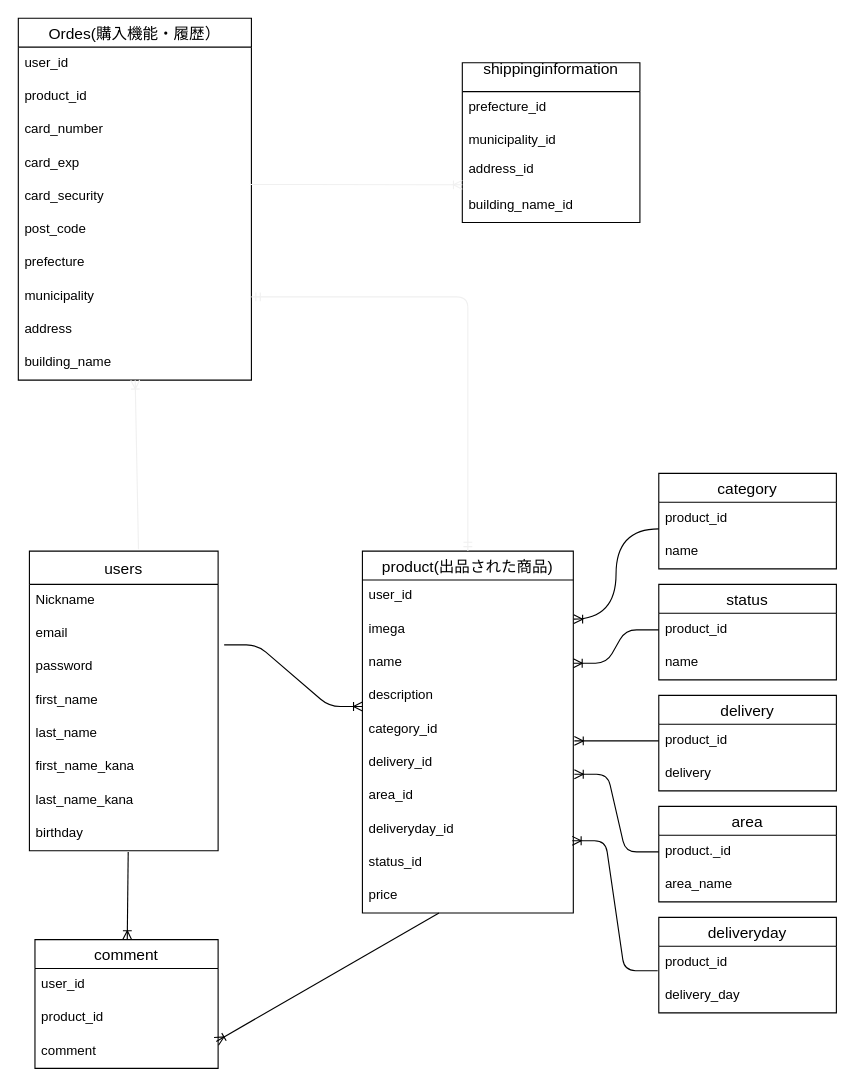
Earlier version of the draw.io diagram furima.dio (mun1029/furima-36083). Source tidied: cells renumbered, new cells numbered last; positions are measured from the earlier drawing's top-left corner, leaving out a move shared by most shapes. Both pictures are drawn from the tidied source at 111%, with x=0, y=0 at pixel (18, 18).
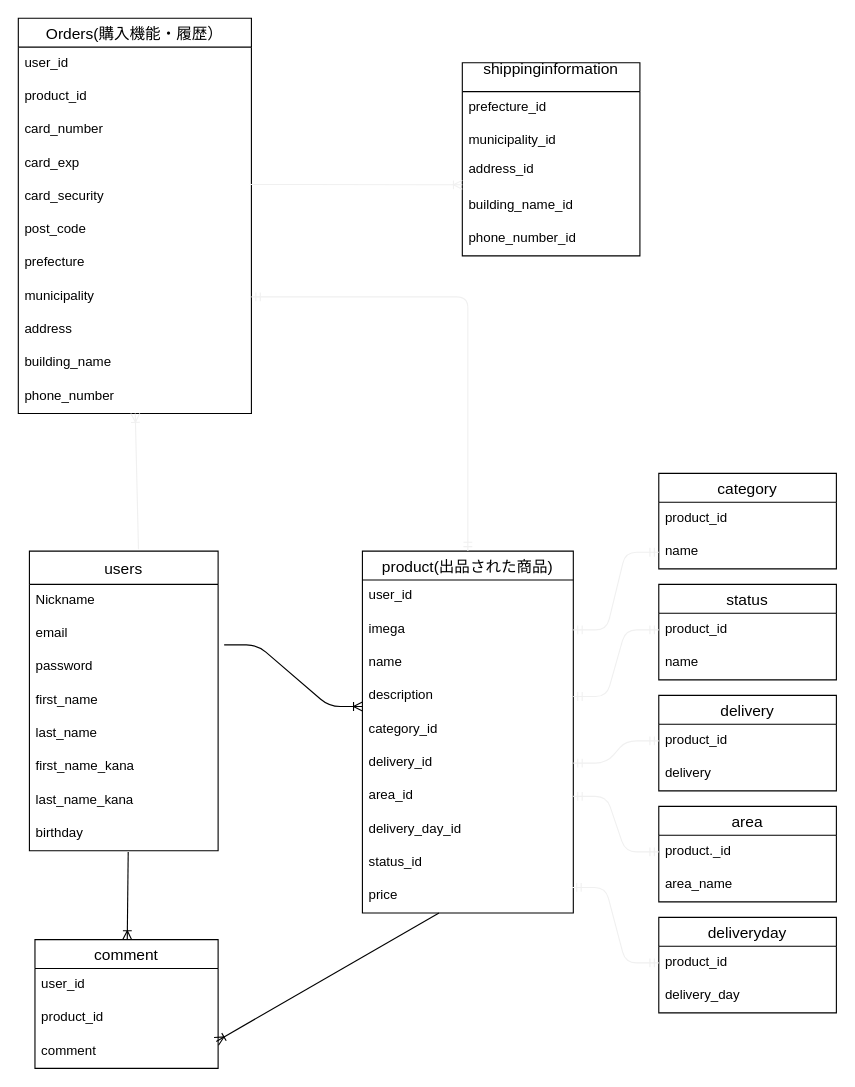
The same page after the edit.

Commit message (it also covers changes not shown here):
ER図・READMEの記述

Unchanged cells that the change refers to:
```xml
<mxCell id="13" value="product(出品された商品)" style="swimlane;fontStyle=0;horizontal=1;startSize=26;align=center;fontSize=14;" parent="1" vertex="1">
  <mxGeometry x="310" y="480" width="190" height="326" as="geometry" />
</mxCell>
<mxCell id="15" value="imega" style="text;strokeColor=none;fillColor=none;spacingLeft=4;spacingRight=4;overflow=hidden;points=[[0,0.5],[1,0.5]];portConstraint=eastwest;fontSize=12;" parent="13" vertex="1">
  <mxGeometry y="56" width="190" height="30" as="geometry" />
</mxCell>
<mxCell id="16" value="name" style="text;strokeColor=none;fillColor=none;spacingLeft=4;spacingRight=4;overflow=hidden;points=[[0,0.5],[1,0.5]];portConstraint=eastwest;fontSize=12;" parent="13" vertex="1">
  <mxGeometry y="86" width="190" height="30" as="geometry" />
</mxCell>
<mxCell id="17" value="description" style="text;strokeColor=none;fillColor=none;spacingLeft=4;spacingRight=4;overflow=hidden;points=[[0,0.5],[1,0.5]];portConstraint=eastwest;fontSize=12;" parent="13" vertex="1">
  <mxGeometry y="116" width="190" height="30" as="geometry" />
</mxCell>
<mxCell id="18" value="category_id" style="text;strokeColor=none;fillColor=none;spacingLeft=4;spacingRight=4;overflow=hidden;points=[[0,0.5],[1,0.5]];portConstraint=eastwest;fontSize=12;" parent="13" vertex="1">
  <mxGeometry y="146" width="190" height="30" as="geometry" />
</mxCell>
<mxCell id="19" value="delivery_id" style="text;strokeColor=none;fillColor=none;spacingLeft=4;spacingRight=4;overflow=hidden;points=[[0,0.5],[1,0.5]];portConstraint=eastwest;fontSize=12;" parent="13" vertex="1">
  <mxGeometry y="176" width="190" height="30" as="geometry" />
</mxCell>
<mxCell id="20" value="area_id" style="text;strokeColor=none;fillColor=none;spacingLeft=4;spacingRight=4;overflow=hidden;points=[[0,0.5],[1,0.5]];portConstraint=eastwest;fontSize=12;" parent="13" vertex="1">
  <mxGeometry y="206" width="190" height="30" as="geometry" />
</mxCell>
<mxCell id="22" value="status_id" style="text;strokeColor=none;fillColor=none;spacingLeft=4;spacingRight=4;overflow=hidden;points=[[0,0.5],[1,0.5]];portConstraint=eastwest;fontSize=12;" parent="13" vertex="1">
  <mxGeometry y="266" width="190" height="30" as="geometry" />
</mxCell>
<mxCell id="23" value="price" style="text;strokeColor=none;fillColor=none;spacingLeft=4;spacingRight=4;overflow=hidden;points=[[0,0.5],[1,0.5]];portConstraint=eastwest;fontSize=12;" parent="13" vertex="1">
  <mxGeometry y="296" width="190" height="30" as="geometry" />
</mxCell>
<mxCell id="40" value="product_id" style="text;strokeColor=none;fillColor=none;spacingLeft=4;spacingRight=4;overflow=hidden;points=[[0,0.5],[1,0.5]];portConstraint=eastwest;fontSize=12;" parent="39" vertex="1">
  <mxGeometry y="26" width="160" height="30" as="geometry" />
</mxCell>
<mxCell id="41" value="name" style="text;strokeColor=none;fillColor=none;spacingLeft=4;spacingRight=4;overflow=hidden;points=[[0,0.5],[1,0.5]];portConstraint=eastwest;fontSize=12;" parent="39" vertex="1">
  <mxGeometry y="56" width="160" height="30" as="geometry" />
</mxCell>
<mxCell id="45" value="product_id" style="text;strokeColor=none;fillColor=none;spacingLeft=4;spacingRight=4;overflow=hidden;points=[[0,0.5],[1,0.5]];portConstraint=eastwest;fontSize=12;" parent="44" vertex="1">
  <mxGeometry y="26" width="160" height="30" as="geometry" />
</mxCell>
<mxCell id="49" value="product_id" style="text;strokeColor=none;fillColor=none;spacingLeft=4;spacingRight=4;overflow=hidden;points=[[0,0.5],[1,0.5]];portConstraint=eastwest;fontSize=12;" parent="48" vertex="1">
  <mxGeometry y="26" width="160" height="30" as="geometry" />
</mxCell>
<mxCell id="53" value="product._id" style="text;strokeColor=none;fillColor=none;spacingLeft=4;spacingRight=4;overflow=hidden;points=[[0,0.5],[1,0.5]];portConstraint=eastwest;fontSize=12;" parent="52" vertex="1">
  <mxGeometry y="26" width="160" height="30" as="geometry" />
</mxCell>
<mxCell id="56" value="product_id" style="text;strokeColor=none;fillColor=none;spacingLeft=4;spacingRight=4;overflow=hidden;points=[[0,0.5],[1,0.5]];portConstraint=eastwest;fontSize=12;" parent="55" vertex="1">
  <mxGeometry y="26" width="160" height="30" as="geometry" />
</mxCell>
```

What changed in the source:
```diff
@@
-    <mxCell id="21" value="deliveryday_id" style="text;strokeColor=none;fillColor=none;spacingLeft=4;spacingRight=4;overflow=hidden;fontSize=12;" parent="13" vertex="1">
+    <mxCell id="21" value="delivery_day_id" style="text;strokeColor=none;fillColor=none;spacingLeft=4;spacingRight=4;overflow=hidden;fontSize=12;" parent="13" vertex="1">
       <mxGeometry y="236" width="190" height="30" as="geometry" />
     </mxCell>
@@
-    <mxCell id="28" value="Ordes(購入機能・履歴）" style="swimlane;fontStyle=0;horizontal=1;startSize=26;align=center;fontSize=14;" parent="1" vertex="1">
-      <mxGeometry width="210" height="326" as="geometry" />
+    <mxCell id="28" value="Orders(購入機能・履歴）" style="swimlane;fontStyle=0;horizontal=1;startSize=26;align=center;fontSize=14;" parent="1" vertex="1">
+      <mxGeometry width="210" height="356" as="geometry" />
     </mxCell>
@@
+    <mxCell id="70" value="building_name" style="text;strokeColor=none;fillColor=none;spacingLeft=4;spacingRight=4;overflow=hidden;fontSize=12;" parent="28" vertex="1">
+      <mxGeometry y="296" width="210" height="30" as="geometry" />
+    </mxCell>
-    <mxCell id="38" value="building_name" style="text;strokeColor=none;fillColor=none;spacingLeft=4;spacingRight=4;overflow=hidden;points=[[0,0.5],[1,0.5]];portConstraint=eastwest;fontSize=12;" parent="28" vertex="1">
-      <mxGeometry y="296" width="210" height="30" as="geometry" />
+    <mxCell id="38" value="phone_number" style="text;strokeColor=none;fillColor=none;spacingLeft=4;spacingRight=4;overflow=hidden;points=[[0,0.5],[1,0.5]];portConstraint=eastwest;fontSize=12;" parent="28" vertex="1">
+      <mxGeometry y="326" width="210" height="30" as="geometry" />
     </mxCell>
@@
-    <mxCell id="43" style="fontSize=12;html=1;endArrow=ERoneToMany;verticalAlign=middle;rounded=1;entryX=1.002;entryY=0.177;entryDx=0;entryDy=0;entryPerimeter=0;exitX=0;exitY=0.8;exitDx=0;exitDy=0;exitPerimeter=0;edgeStyle=orthogonalEdgeStyle;curved=1;" parent="1" edge="1" source="40" target="15">
-      <mxGeometry relative="1" as="geometry" />
-    </mxCell>
@@
-    <mxCell id="47" style="edgeStyle=entityRelationEdgeStyle;fontSize=12;html=1;endArrow=ERoneToMany;verticalAlign=middle;exitX=0;exitY=0.5;exitDx=0;exitDy=0;" parent="1" edge="1" source="45" target="16">
-      <mxGeometry relative="1" as="geometry" />
-    </mxCell>
@@
-    <mxCell id="51" style="edgeStyle=entityRelationEdgeStyle;fontSize=12;html=1;endArrow=ERoneToMany;verticalAlign=middle;entryX=1.005;entryY=0.833;entryDx=0;entryDy=0;exitX=0;exitY=0.5;exitDx=0;exitDy=0;entryPerimeter=0;" parent="1" edge="1" source="49" target="18">
-      <mxGeometry relative="1" as="geometry" />
-    </mxCell>
@@
-    <mxCell id="58" style="edgeStyle=entityRelationEdgeStyle;fontSize=12;html=1;endArrow=ERoneToMany;verticalAlign=middle;entryX=0.995;entryY=-0.167;entryDx=0;entryDy=0;entryPerimeter=0;exitX=-0.006;exitY=0.733;exitDx=0;exitDy=0;exitPerimeter=0;" parent="1" edge="1" source="56" target="22">
-      <mxGeometry relative="1" as="geometry" />
-    </mxCell>
-    <mxCell id="59" style="edgeStyle=entityRelationEdgeStyle;fontSize=12;html=1;endArrow=ERoneToMany;verticalAlign=middle;entryX=1.005;entryY=0.833;entryDx=0;entryDy=0;entryPerimeter=0;" parent="1" edge="1" source="53" target="19">
-      <mxGeometry relative="1" as="geometry" />
-    </mxCell>
@@
     <mxCell id="62" value="shippinginformation&#10;" style="swimlane;fontStyle=0;horizontal=1;startSize=26;align=center;fontSize=14;" parent="1" vertex="1">
-      <mxGeometry x="400" y="40" width="160" height="144" as="geometry" />
+      <mxGeometry x="400" y="40" width="160" height="174" as="geometry" />
     </mxCell>
@@
+    <mxCell id="71" value="phone_number_id" style="text;strokeColor=none;fillColor=none;spacingLeft=4;spacingRight=4;overflow=hidden;fontSize=12;" parent="62" vertex="1">
+      <mxGeometry y="144" width="160" height="30" as="geometry" />
+    </mxCell>
@@
+    <mxCell id="72" style="edgeStyle=entityRelationEdgeStyle;fontSize=12;html=1;endArrow=ERmandOne;startArrow=ERmandOne;strokeColor=#f0f0f0;verticalAlign=middle;entryX=0;entryY=0.5;entryDx=0;entryDy=0;exitX=1;exitY=0.5;exitDx=0;exitDy=0;" parent="1" edge="1" source="15" target="41">
+      <mxGeometry relative="1" as="geometry" />
+    </mxCell>
+    <mxCell id="73" style="edgeStyle=entityRelationEdgeStyle;fontSize=12;html=1;endArrow=ERmandOne;startArrow=ERmandOne;strokeColor=#f0f0f0;verticalAlign=middle;entryX=0;entryY=0.5;entryDx=0;entryDy=0;exitX=1;exitY=0.5;exitDx=0;exitDy=0;" parent="1" edge="1" source="17" target="45">
+      <mxGeometry relative="1" as="geometry" />
+    </mxCell>
+    <mxCell id="74" style="edgeStyle=entityRelationEdgeStyle;fontSize=12;html=1;endArrow=ERmandOne;startArrow=ERmandOne;strokeColor=#f0f0f0;verticalAlign=middle;exitX=1;exitY=0.5;exitDx=0;exitDy=0;entryX=0;entryY=0.5;entryDx=0;entryDy=0;" parent="1" edge="1" source="19" target="49">
+      <mxGeometry relative="1" as="geometry" />
+    </mxCell>
+    <mxCell id="75" style="edgeStyle=entityRelationEdgeStyle;fontSize=12;html=1;endArrow=ERmandOne;startArrow=ERmandOne;strokeColor=#f0f0f0;verticalAlign=middle;entryX=0;entryY=0.5;entryDx=0;entryDy=0;" parent="1" edge="1" source="20" target="53">
+      <mxGeometry relative="1" as="geometry" />
+    </mxCell>
+    <mxCell id="76" style="edgeStyle=entityRelationEdgeStyle;fontSize=12;html=1;endArrow=ERmandOne;startArrow=ERmandOne;strokeColor=#f0f0f0;verticalAlign=middle;exitX=0.995;exitY=0.233;exitDx=0;exitDy=0;exitPerimeter=0;entryX=0;entryY=0.5;entryDx=0;entryDy=0;" parent="1" edge="1" source="23" target="56">
+      <mxGeometry relative="1" as="geometry" />
+    </mxCell>
```
